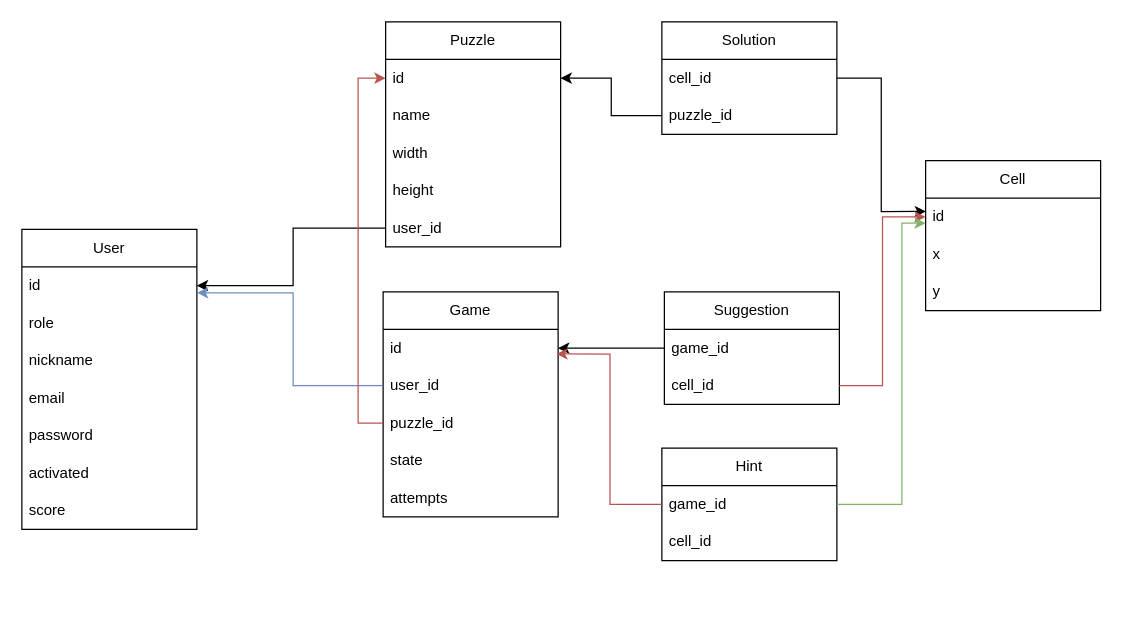
AndrewLozychenko27/Demo-Nonogram keeps this draw.io diagram as db_diagram.drawio. Above is the earlier version. Source tidied: cells renumbered, new cells numbered last; positions are measured from the earlier drawing's top-left corner, leaving out a move shared by most shapes. Both pictures are drawn from the tidied source at 125%, with x=0, y=0 at pixel (21, 21).
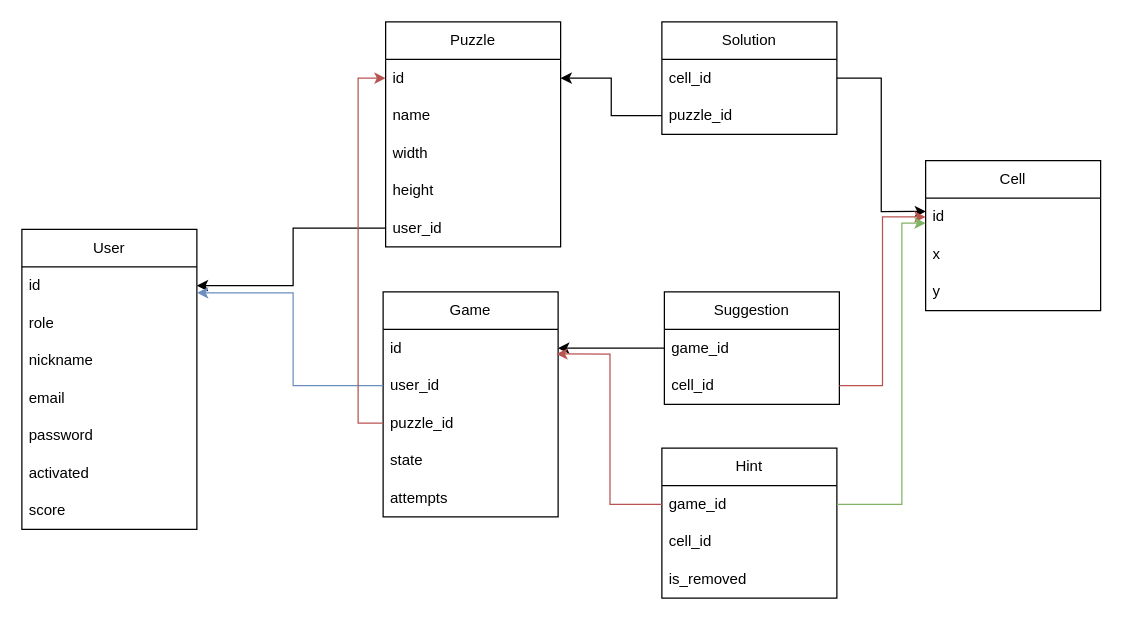
The same diagram, later.

The edit, as a diff of the source:
```diff
@@
     <mxCell id="39" value="Hint" style="swimlane;fontStyle=0;horizontal=1;startSize=30;whiteSpace=wrap;html=1;" parent="1" vertex="1">
-      <mxGeometry x="512" y="341" width="140" height="90" as="geometry" />
+      <mxGeometry x="512" y="341" width="140" height="120" as="geometry" />
     </mxCell>
@@
+    <mxCell id="44" value="is_removed" style="text;strokeColor=none;fillColor=none;align=left;verticalAlign=middle;spacingLeft=4;spacingRight=4;overflow=hidden;whiteSpace=wrap;html=1;" parent="39" vertex="1">
+      <mxGeometry y="90" width="140" height="30" as="geometry" />
+    </mxCell>
```
